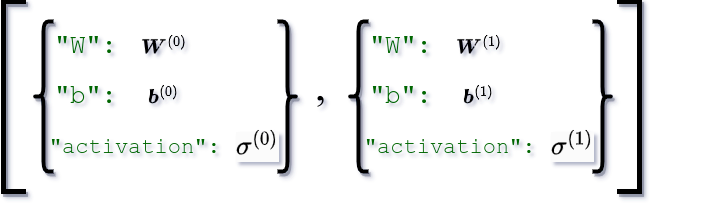
The draw.io diagram images/mlp.drawio.png in barahona-research-group/mfds-resources, before a commit. Source tidied: cells renumbered, new cells last; positions are measured from the earlier drawing's top-left corner, leaving out a move shared by most shapes.
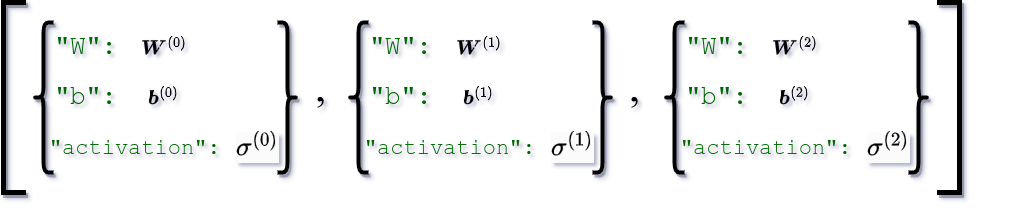
After the change.

Diff of the diagram source:
```diff
@@ -78,10 +78,49 @@
       <mxGeometry y="65" width="190" height="20" as="geometry" />
     </mxCell>
     <mxCell id="27" style="shape=partialRectangle;html=1;bottom=1;right=1;left=1;top=0;fillColor=none;routingCenterX=-0.5;fontSize=12;strokeWidth=5;rotation=-90;shadow=1;labelBorderColor=none;" parent="1" vertex="1">
-      <mxGeometry x="616" y="65" width="190" height="20" as="geometry" />
+      <mxGeometry x="936" y="65" width="190" height="20" as="geometry" />
     </mxCell>
     <mxCell id="28" value="," style="text;html=1;strokeColor=none;fillColor=none;align=center;verticalAlign=middle;rounded=0;fontSize=42;fontFamily=Times New Roman;shadow=1;labelBorderColor=none;" parent="1" vertex="1">
       <mxGeometry x="372" y="35" width="60" height="60" as="geometry" />
     </mxCell>
+    <mxCell id="29" style="group;html=1;shadow=1;fillColor=none;labelBorderColor=none;" parent="1" vertex="1">
+      <mxGeometry x="746" width="264" height="150" as="geometry" />
+    </mxCell>
+    <mxCell id="30" style="shape=curlyBracket;html=1;rounded=1;labelPosition=left;verticalLabelPosition=middle;align=right;verticalAlign=middle;strokeWidth=4;size=0.5;shadow=1;fillColor=none;labelBorderColor=none;" parent="29" vertex="1">
+      <mxGeometry width="20" height="150" as="geometry" />
+    </mxCell>
+    <mxCell id="31" style="shape=curlyBracket;html=1;rounded=1;labelPosition=left;verticalLabelPosition=middle;align=right;verticalAlign=middle;strokeWidth=4;rotation=-180;shadow=1;fillColor=none;labelBorderColor=none;" parent="29" vertex="1">
+      <mxGeometry x="244" width="20" height="150" as="geometry" />
+    </mxCell>
+    <mxCell id="32" style="group;html=1;shadow=1;fillColor=none;labelBorderColor=none;" parent="29" vertex="1">
+      <mxGeometry x="20" y="60" width="140" height="30" as="geometry" />
+    </mxCell>
+    <mxCell id="33" value="&quot;b&quot;:&amp;nbsp;" style="text;html=1;strokeColor=none;fillColor=none;align=center;verticalAlign=middle;rounded=0;fontFamily=Courier New;fontColor=#006600;fontStyle=0;fontSize=26;shadow=1;labelBorderColor=none;" parent="32" vertex="1">
+      <mxGeometry width="80" height="30" as="geometry" />
+    </mxCell>
+    <mxCell id="34" value="\(\boldsymbol{b}^{(2)}\)" style="text;html=1;strokeColor=none;fillColor=none;align=center;verticalAlign=middle;rounded=0;fontSize=17;shadow=1;labelBorderColor=none;" parent="32" vertex="1">
+      <mxGeometry x="80" width="60" height="30" as="geometry" />
+    </mxCell>
+    <mxCell id="35" style="group;html=1;shadow=1;fillColor=none;labelBorderColor=none;" parent="29" vertex="1">
+      <mxGeometry x="20" y="10" width="140" height="30" as="geometry" />
+    </mxCell>
+    <mxCell id="36" value="&quot;W&quot;:&amp;nbsp;" style="text;html=1;strokeColor=none;fillColor=none;align=center;verticalAlign=middle;rounded=0;fontFamily=Courier New;fontColor=#006600;fontStyle=0;fontSize=26;shadow=1;labelBorderColor=none;" parent="35" vertex="1">
+      <mxGeometry width="80" height="30" as="geometry" />
+    </mxCell>
+    <mxCell id="37" value="\(\boldsymbol{W}^{(2)}\)" style="text;html=1;strokeColor=none;fillColor=none;align=center;verticalAlign=middle;rounded=0;fontSize=17;shadow=1;labelBorderColor=none;" parent="35" vertex="1">
+      <mxGeometry x="80" width="60" height="30" as="geometry" />
+    </mxCell>
+    <mxCell id="38" style="group;html=1;shadow=1;fillColor=none;labelBorderColor=none;" parent="29" vertex="1">
+      <mxGeometry x="24" y="110" width="230" height="30" as="geometry" />
+    </mxCell>
+    <mxCell id="39" value="&lt;font style=&quot;font-size: 22px;&quot;&gt;&quot;activation&quot;:&lt;/font&gt;&amp;nbsp;" style="text;html=1;strokeColor=none;fillColor=none;align=center;verticalAlign=middle;rounded=0;fontFamily=Courier New;fontColor=#006600;fontStyle=0;fontSize=26;shadow=1;labelBorderColor=none;" parent="38" vertex="1">
+      <mxGeometry width="170" height="30" as="geometry" />
+    </mxCell>
+    <mxCell id="40" value="&lt;span style=&quot;font-family: &amp;quot;Courier New&amp;quot;; font-size: 26px; font-style: normal; font-variant-ligatures: normal; font-variant-caps: normal; font-weight: 400; letter-spacing: normal; orphans: 2; text-align: center; text-indent: 0px; text-transform: none; widows: 2; word-spacing: 0px; -webkit-text-stroke-width: 0px; background-color: rgb(251, 251, 251); text-decoration-thickness: initial; text-decoration-style: initial; text-decoration-color: initial; float: none; display: inline !important;&quot;&gt;\(\sigma^{(2)}\)&lt;/span&gt;" style="text;html=1;fontSize=17;align=center;verticalAlign=middle;rounded=0;fontColor=default;shadow=1;fillColor=none;labelBorderColor=none;" parent="38" vertex="1">
+      <mxGeometry x="170" width="60" height="30" as="geometry" />
+    </mxCell>
+    <mxCell id="41" value="," style="text;html=1;strokeColor=none;fillColor=none;align=center;verticalAlign=middle;rounded=0;fontSize=42;fontFamily=Times New Roman;shadow=1;labelBorderColor=none;" parent="1" vertex="1">
+      <mxGeometry x="686" y="35" width="60" height="60" as="geometry" />
+    </mxCell>
   </root>
 </mxGraphModel>
```
